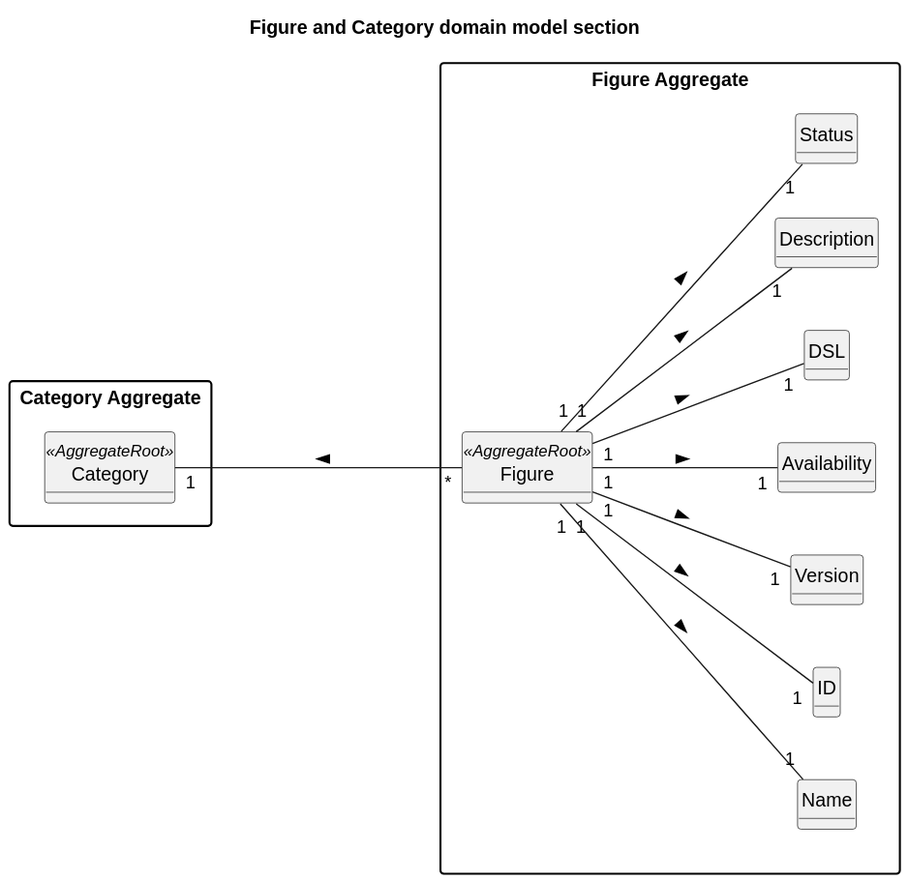
This is docs/planning/sprint3/EAPLI/US373 - Get show info (Paulo)/02.analysis/svg/us373-domain-model.svg from SAEmanuel/Shodrone_ISEP, a PlantUML export, as it was before one commit. Source of this version:
```plantuml
@startuml
skinparam monochrome true
skinparam packageStyle rectangle
skinparam shadowing false
left to right direction

title Figure and Category domain model section

hide circles
hide methods

package "Category Aggregate" {

    class Category <<AggregateRoot>> {
    }

}

package "Figure Aggregate" {

    class Figure <<AggregateRoot>> {
    }

    class Name {
    }

    class ID {
    }

    class Version {
    }

    class Availability {
    }

    class DSL {
    }

    class Description {
    }

    class Status {
    }
}

Category "1" ---- "*" Figure : <

Figure "1" --- "1" ID: >
Figure "1" --- "1" Name: >
Figure "1" --- "1" Description: >
Figure "1" --- "1" Version: >
Figure "1" --- "1" Availability: >
Figure "1" --- "1" DSL: >
Figure "1" --- "1" Status: >
@enduml
```
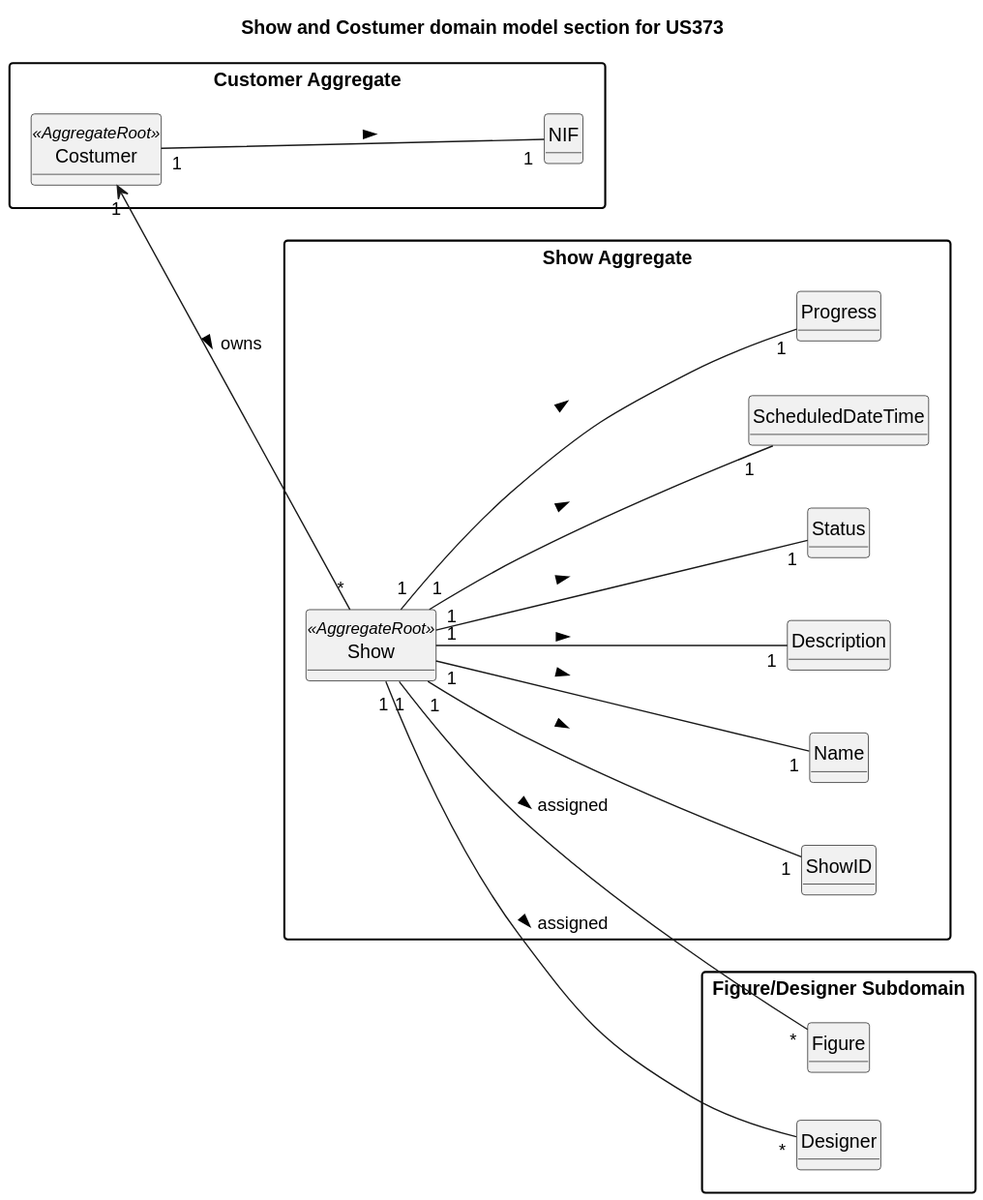
After the change.

Change to the diagram source:
```diff
@@ -4,36 +4,27 @@
 skinparam shadowing false
 left to right direction
 
-title Figure and Category domain model section
+title Show and Costumer domain model section for US373
 
 hide circles
 hide methods
 
-package "Category Aggregate" {
-
-    class Category <<AggregateRoot>> {
+package "Customer Aggregate" {
+    class Costumer <<AggregateRoot>> {
     }
 
+    class NIF {
+    }
 }
 
-package "Figure Aggregate" {
+package "Show Aggregate" {
+    class Show <<AggregateRoot>> {
+    }
 
-    class Figure <<AggregateRoot>> {
+    class ShowID {
     }
 
     class Name {
-    }
-
-    class ID {
-    }
-
-    class Version {
-    }
-
-    class Availability {
-    }
-
-    class DSL {
     }
 
     class Description {
@@ -41,15 +32,32 @@
 
     class Status {
     }
+
+    class ScheduledDateTime {
+    }
+
+    class Progress {
+    }
 }
 
-Category "1" ---- "*" Figure : <
+package "Figure/Designer Subdomain" {
+    class Figure {
+    }
 
-Figure "1" --- "1" ID: >
-Figure "1" --- "1" Name: >
-Figure "1" --- "1" Description: >
-Figure "1" --- "1" Version: >
-Figure "1" --- "1" Availability: >
-Figure "1" --- "1" DSL: >
-Figure "1" --- "1" Status: >
+    class Designer {
+    }
+}
+
+Costumer "1" --- "1" NIF: >
+Costumer "1" <-- "*" Show: owns >
+
+Show "1" --- "1" ShowID: >
+Show "1" --- "1" Name: >
+Show "1" --- "1" Description: >
+Show "1" --- "1" Status: >
+Show "1" --- "1" ScheduledDateTime: >
+Show "1" --- "1" Progress: >
+
+Show "1" --- "*" Figure: assigned >
+Show "1" --- "*" Designer: assigned >
 @enduml
```
